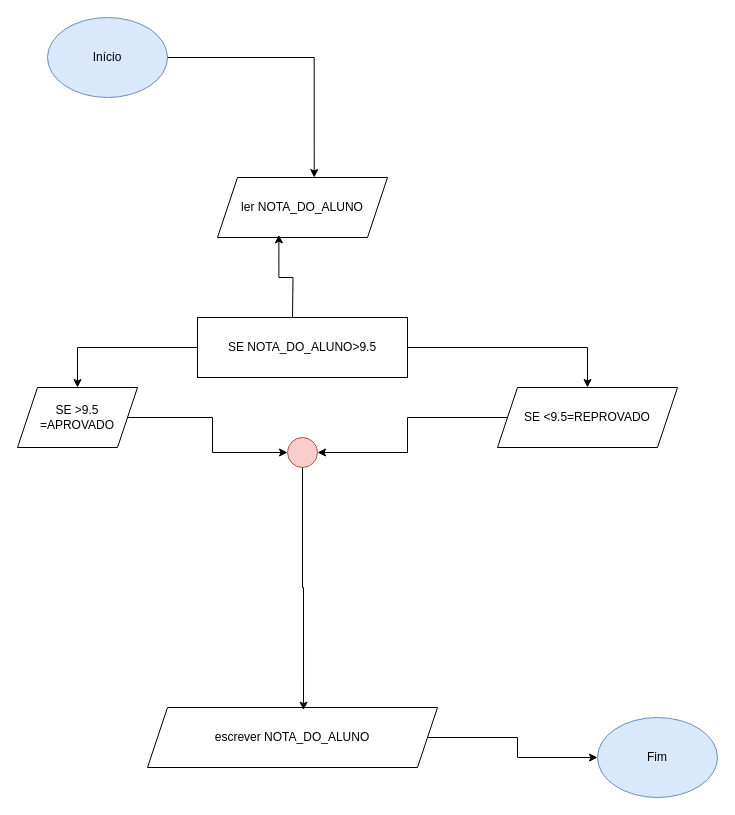
This is fluxo 3.drawio from Rato0101/Fluxogramas, a draw.io file, before an edit. Source tidied: cells renumbered, new cells numbered last; positions are measured from the earlier drawing's top-left corner, leaving out a move shared by most shapes. Both pictures are drawn from the tidied source at 100%, with x=0, y=0 at pixel (17, 17).
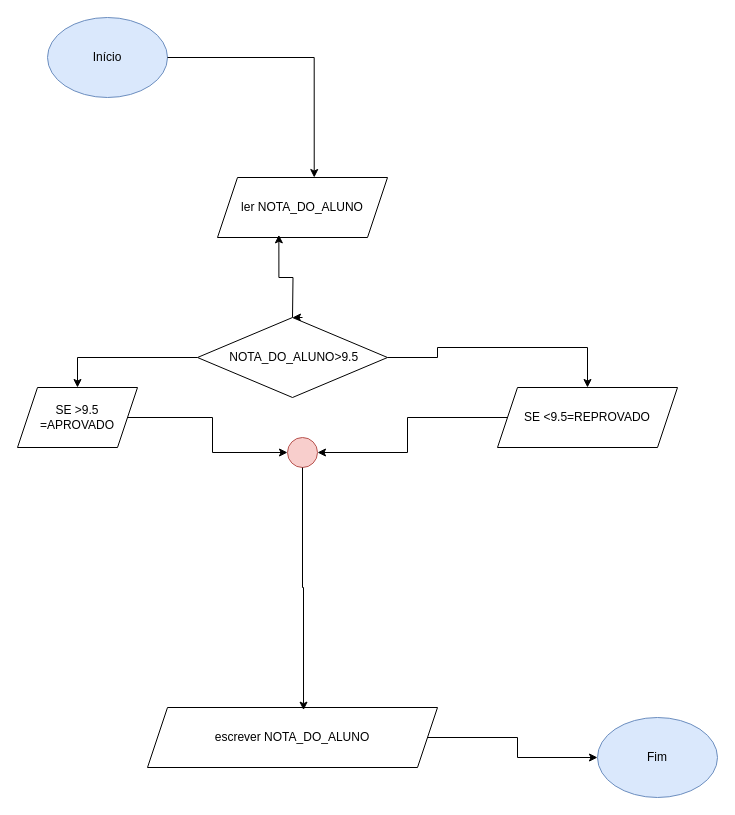
Above is the later version.

The change refers to these unchanged cells:
```xml
<mxCell id="14" value="SE &amp;lt;9.5=REPROVADO" style="shape=parallelogram;perimeter=parallelogramPerimeter;whiteSpace=wrap;html=1;shapeInside=1;fixedSize=1;" parent="1" vertex="1">
  <mxGeometry x="480" y="370" width="180" height="60" as="geometry" />
</mxCell>
<mxCell id="16" value="SE &amp;gt;9.5 =APROVADO" style="shape=parallelogram;perimeter=parallelogramPerimeter;whiteSpace=wrap;html=1;shapeInside=1;fixedSize=1;" parent="1" vertex="1">
  <mxGeometry y="370" width="120" height="60" as="geometry" />
</mxCell>
```

Change to the diagram source:
```diff
@@
-    <mxCell id="10" style="edgeStyle=orthogonalEdgeStyle;rounded=0;jettySize=auto;html=1;entryX=0.5;entryY=0;entryDx=0;entryDy=0;" parent="1" edge="1" source="12" target="16">
+    <mxCell id="10" style="edgeStyle=orthogonalEdgeStyle;rounded=0;jettySize=auto;html=1;entryX=0.5;entryY=0;entryDx=0;entryDy=0;" parent="1" edge="1" source="19" target="16">
       <mxGeometry relative="1" as="geometry" />
     </mxCell>
-    <mxCell id="11" style="edgeStyle=orthogonalEdgeStyle;rounded=0;jettySize=auto;html=1;" parent="1" edge="1" source="12" target="14">
-      <mxGeometry relative="1" as="geometry" />
+    <mxCell id="11" style="edgeStyle=orthogonalEdgeStyle;rounded=0;jettySize=auto;html=1;exitX=1;exitY=0.5;exitDx=0;exitDy=0;" parent="1" edge="1" source="19" target="14">
+      <mxGeometry relative="1" as="geometry">
+        <Array as="points">
+          <mxPoint x="420" y="340" />
+          <mxPoint x="420" y="330" />
+          <mxPoint x="570" y="330" />
+        </Array>
+      </mxGeometry>
     </mxCell>
-    <mxCell id="12" value="SE NOTA_DO_ALUNO&amp;gt;9.5" style="rounded=0;whiteSpace=wrap;html=1;" parent="1" vertex="1">
-      <mxGeometry x="180" y="300" width="210" height="60" as="geometry" />
-    </mxCell>
@@
+    <mxCell id="18" style="edgeStyle=orthogonalEdgeStyle;rounded=0;jettySize=auto;html=1;entryX=0.5;entryY=0;entryDx=0;entryDy=0;" parent="1" edge="1" target="19">
+      <mxGeometry relative="1" as="geometry">
+        <mxPoint x="285" y="300" as="sourcePoint" />
+      </mxGeometry>
+    </mxCell>
+    <mxCell id="19" value="&lt;span style=&quot;background-color: transparent;&quot;&gt;&amp;nbsp;NOTA_DO_ALUNO&amp;gt;9.5&lt;/span&gt;" style="rhombus;whiteSpace=wrap;html=1;shapeInside=1;" parent="1" vertex="1">
+      <mxGeometry x="180" y="300" width="190" height="80" as="geometry" />
+    </mxCell>
```
